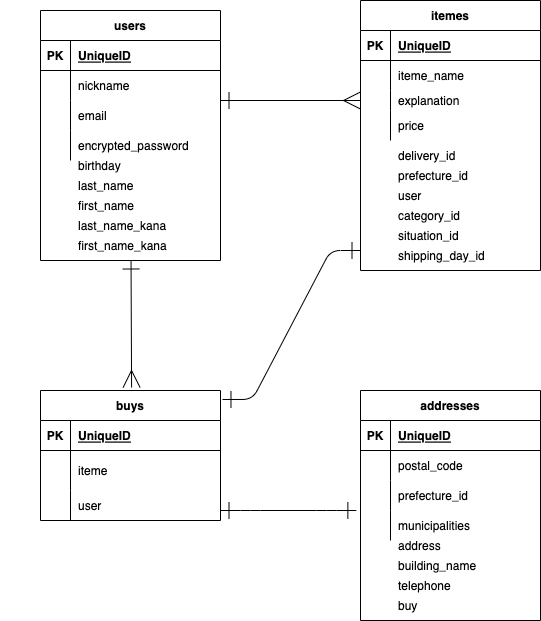
Earlier version of the draw.io export furima.drawio.png (Tyanhorion/furima-37283). Source tidied: cells renumbered, new cells last; positions are measured from the earlier drawing's top-left corner, leaving out a move shared by most shapes.
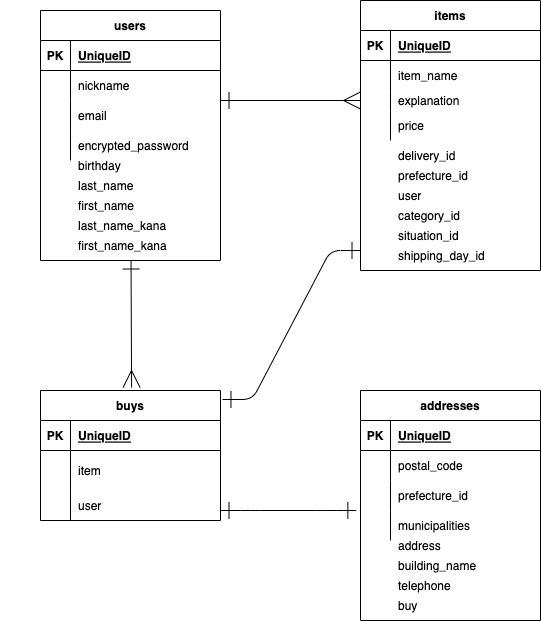
Above is the later version.

Change to the diagram source:
```diff
@@ -2,7 +2,7 @@
   <root>
     <mxCell id="0" />
     <mxCell id="1" parent="0" />
-    <mxCell id="2" value="itemes" style="shape=table;startSize=30;rowLines=0;fontStyle=1;align=center;" parent="1" vertex="1">
+    <mxCell id="2" value="items" style="shape=table;startSize=30;rowLines=0;fontStyle=1;align=center;" parent="1" vertex="1">
       <mxGeometry x="360" width="180" height="270" as="geometry" />
     </mxCell>
     <mxCell id="3" style="shape=partialRectangle;fillColor=none;top=0;left=0;bottom=1;right=0;" parent="2" vertex="1">
@@ -20,7 +20,7 @@
     <mxCell id="7" style="shape=partialRectangle;fillColor=none;top=0;left=0;bottom=0;right=0;overflow=hidden;" parent="6" vertex="1">
       <mxGeometry width="30" height="30" as="geometry" />
     </mxCell>
-    <mxCell id="8" value="iteme_name" style="shape=partialRectangle;fillColor=none;top=0;left=0;bottom=0;right=0;align=left;spacingLeft=6;overflow=hidden;" parent="6" vertex="1">
+    <mxCell id="8" value="item_name" style="shape=partialRectangle;fillColor=none;top=0;left=0;bottom=0;right=0;align=left;spacingLeft=6;overflow=hidden;" parent="6" vertex="1">
       <mxGeometry x="30" width="150" height="30" as="geometry" />
     </mxCell>
     <mxCell id="9" style="shape=partialRectangle;fillColor=none;top=0;left=0;bottom=0;right=0;points=[[0,0.5],[1,0.5]];portConstraint=eastwest;" parent="2" vertex="1">
@@ -98,7 +98,7 @@
     <mxCell id="33" style="shape=partialRectangle;fillColor=none;top=0;left=0;bottom=0;right=0;overflow=hidden;" parent="32" vertex="1">
       <mxGeometry width="30" height="40" as="geometry" />
     </mxCell>
-    <mxCell id="34" value="iteme" style="shape=partialRectangle;fillColor=none;top=0;left=0;bottom=0;right=0;align=left;spacingLeft=6;overflow=hidden;" parent="32" vertex="1">
+    <mxCell id="34" value="item" style="shape=partialRectangle;fillColor=none;top=0;left=0;bottom=0;right=0;align=left;spacingLeft=6;overflow=hidden;" parent="32" vertex="1">
       <mxGeometry x="30" width="150" height="40" as="geometry" />
     </mxCell>
     <mxCell id="35" style="shape=partialRectangle;fillColor=none;top=0;left=0;bottom=0;right=0;" parent="28" vertex="1">
```
